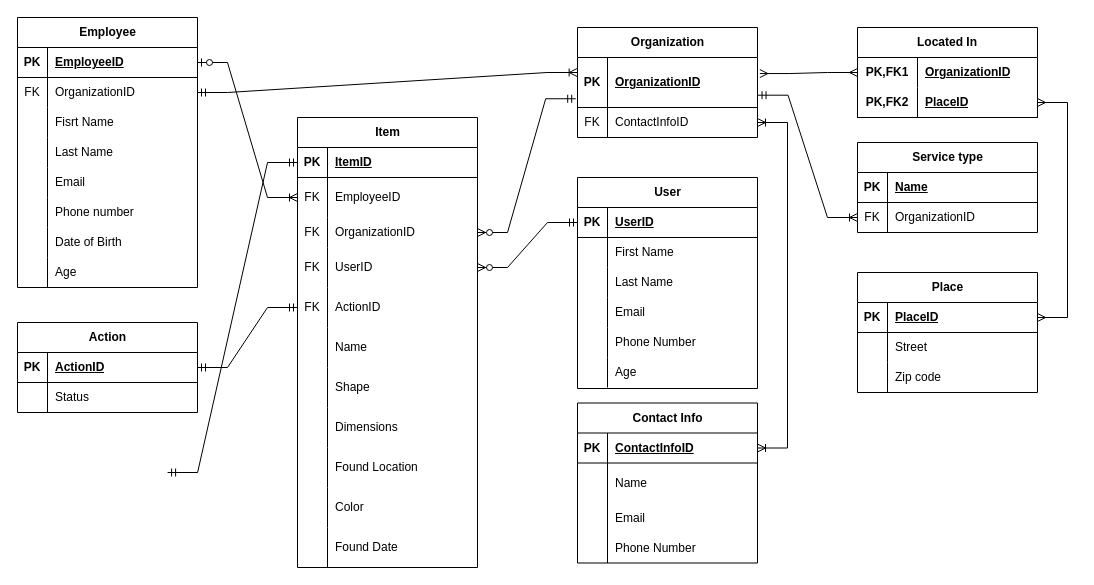
This is logical model.drawio from igor2080/db1_large_project, a draw.io file, before an edit. Source tidied: cells renumbered, new cells numbered last; positions are measured from the earlier drawing's top-left corner, leaving out a move shared by most shapes. Both pictures are drawn from the tidied source at 100%, with x=0, y=0 at pixel (17, 17).
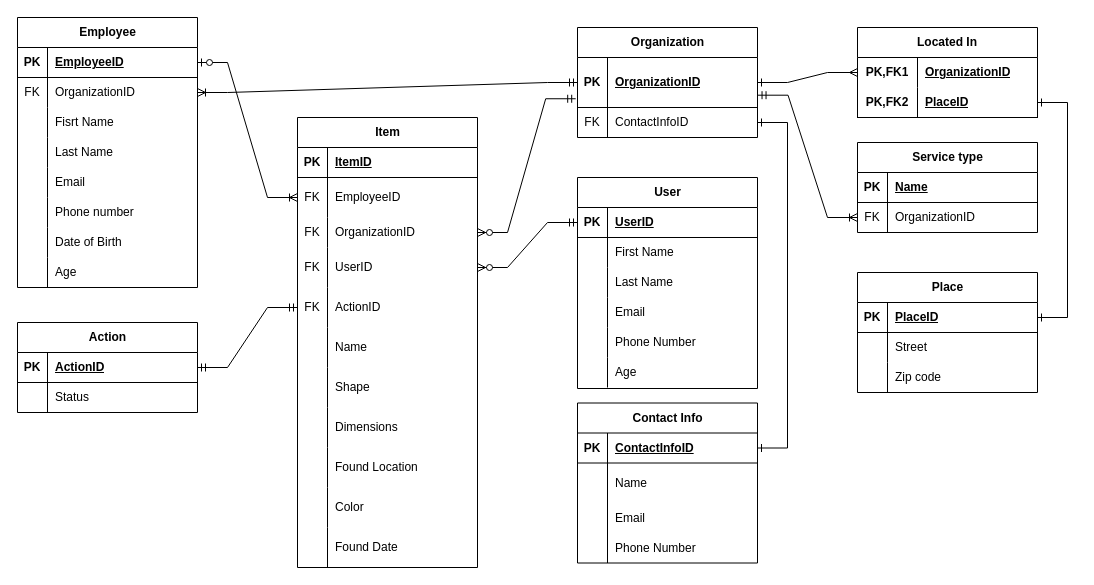
The same diagram, later.

Unchanged cells that the change refers to:
```xml
<mxCell id="7" style="shape=tableRow;horizontal=0;startSize=0;swimlaneHead=0;swimlaneBody=0;fillColor=none;points=[[0,0.5],[1,0.5]];portConstraint=eastwest;top=0;left=0;right=0;bottom=0;" parent="3" vertex="1">
  <mxGeometry y="60" width="180" height="30" as="geometry" />
</mxCell>
<mxCell id="29" style="shape=tableRow;horizontal=0;startSize=0;swimlaneHead=0;swimlaneBody=0;fillColor=none;points=[[0,0.5],[1,0.5]];portConstraint=eastwest;top=0;left=0;right=0;bottom=1;" parent="28" vertex="1">
  <mxGeometry y="30" width="180" height="50" as="geometry" />
</mxCell>
<mxCell id="32" style="shape=tableRow;horizontal=0;startSize=0;swimlaneHead=0;swimlaneBody=0;fillColor=none;points=[[0,0.5],[1,0.5]];portConstraint=eastwest;top=0;left=0;right=0;bottom=0;" parent="28" vertex="1">
  <mxGeometry y="80" width="180" height="30" as="geometry" />
</mxCell>
<mxCell id="43" style="shape=tableRow;horizontal=0;startSize=0;swimlaneHead=0;swimlaneBody=0;fillColor=none;points=[[0,0.5],[1,0.5]];portConstraint=eastwest;top=0;left=0;right=0;bottom=1;" parent="42" vertex="1">
  <mxGeometry y="30" width="180" height="30" as="geometry" />
</mxCell>
<mxCell id="53" style="shape=tableRow;horizontal=0;startSize=0;swimlaneHead=0;swimlaneBody=0;fillColor=none;points=[[0,0.5],[1,0.5]];portConstraint=eastwest;top=0;left=0;right=0;bottom=1;" parent="52" vertex="1">
  <mxGeometry y="30" width="180" height="30" as="geometry" />
</mxCell>
<mxCell id="105" value="Located In" style="shape=table;startSize=30;childLayout=tableLayout;rowLines=0;fontStyle=1;align=center;html=1;whiteSpace=wrap;" parent="1" vertex="1">
  <mxGeometry x="840" y="10" width="180" height="90" as="geometry" />
</mxCell>
<mxCell id="106" style="shape=tableRow;horizontal=0;startSize=0;swimlaneHead=0;swimlaneBody=0;fillColor=none;points=[[0,0.5],[1,0.5]];portConstraint=eastwest;top=0;left=0;right=0;bottom=0;html=1;" parent="105" vertex="1">
  <mxGeometry y="30" width="180" height="30" as="geometry" />
</mxCell>
<mxCell id="109" style="shape=tableRow;horizontal=0;startSize=0;swimlaneHead=0;swimlaneBody=0;fillColor=none;points=[[0,0.5],[1,0.5]];portConstraint=eastwest;top=0;left=0;right=0;bottom=1;html=1;" parent="105" vertex="1">
  <mxGeometry y="60" width="180" height="30" as="geometry" />
</mxCell>
<mxCell id="117" style="shape=tableRow;horizontal=0;startSize=0;swimlaneHead=0;swimlaneBody=0;fillColor=none;points=[[0,0.5],[1,0.5]];portConstraint=eastwest;top=0;left=0;right=0;bottom=1;" parent="116" vertex="1">
  <mxGeometry y="30" width="180" height="30" as="geometry" />
</mxCell>
```

What changed in the source:
```diff
@@
-    <mxCell id="112" style="edgeStyle=entityRelationEdgeStyle;fontSize=12;html=1;endArrow=ERoneToMany;startArrow=ERmandOne;rounded=0;entryX=-0.002;entryY=0.3;entryDx=0;entryDy=0;entryPerimeter=0;" parent="1" edge="1" source="7" target="29">
+    <mxCell id="112" style="edgeStyle=entityRelationEdgeStyle;fontSize=12;html=1;endArrow=ERoneToMany;startArrow=ERmandOne;rounded=0;" parent="1" edge="1" source="29" target="7">
       <mxGeometry relative="1" as="geometry" />
     </mxCell>
-    <mxCell id="113" style="edgeStyle=entityRelationEdgeStyle;fontSize=12;html=1;endArrow=ERmany;startArrow=ERmany;rounded=0;exitX=1.013;exitY=0.321;exitDx=0;exitDy=0;exitPerimeter=0;" parent="1" edge="1" source="29" target="105">
+    <mxCell id="113" style="edgeStyle=entityRelationEdgeStyle;fontSize=12;html=1;endArrow=ERone;startArrow=ERmany;rounded=0;endFill=0;" parent="1" edge="1" source="106" target="29">
       <mxGeometry relative="1" as="geometry" />
     </mxCell>
-    <mxCell id="114" style="edgeStyle=entityRelationEdgeStyle;fontSize=12;html=1;endArrow=ERmany;startArrow=ERmany;rounded=0;entryX=1;entryY=0.5;entryDx=0;entryDy=0;" parent="1" edge="1" source="109" target="43">
+    <mxCell id="114" style="edgeStyle=entityRelationEdgeStyle;fontSize=12;html=1;endArrow=ERone;startArrow=ERone;rounded=0;entryX=1;entryY=0.5;entryDx=0;entryDy=0;startFill=0;endFill=0;" parent="1" edge="1" source="109" target="43">
       <mxGeometry relative="1" as="geometry" />
     </mxCell>
@@
-    <mxCell id="132" style="edgeStyle=entityRelationEdgeStyle;fontSize=12;html=1;endArrow=ERoneToMany;startArrow=ERoneToMany;rounded=0;exitX=1;exitY=0.5;exitDx=0;exitDy=0;" parent="1" edge="1" source="117" target="32">
+    <mxCell id="132" style="edgeStyle=entityRelationEdgeStyle;fontSize=12;html=1;endArrow=ERone;startArrow=ERone;rounded=0;exitX=1;exitY=0.5;exitDx=0;exitDy=0;startFill=0;endFill=0;" parent="1" edge="1" source="117" target="32">
       <mxGeometry relative="1" as="geometry" />
     </mxCell>
-    <mxCell id="133" style="edgeStyle=entityRelationEdgeStyle;fontSize=12;html=1;endArrow=ERmandOne;startArrow=ERmandOne;rounded=0;" parent="1" edge="1" target="53">
-      <mxGeometry relative="1" as="geometry">
-        <mxPoint x="150.1" y="455" as="sourcePoint" />
-      </mxGeometry>
-    </mxCell>
```
